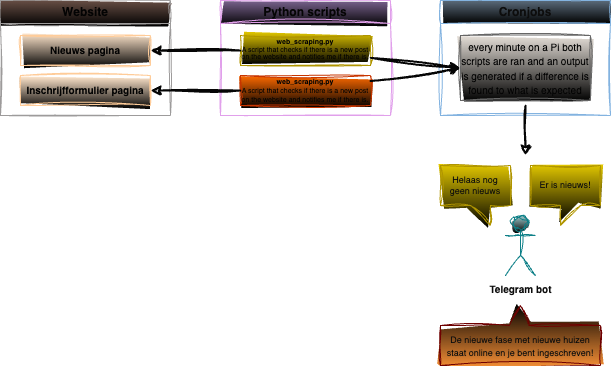
The draw.io diagram img/setup.png in Nelleke20/service.housescraper, before a commit. Source tidied: cells renumbered, new cells last; positions are measured from the earlier drawing's top-left corner, leaving out a move shared by most shapes.
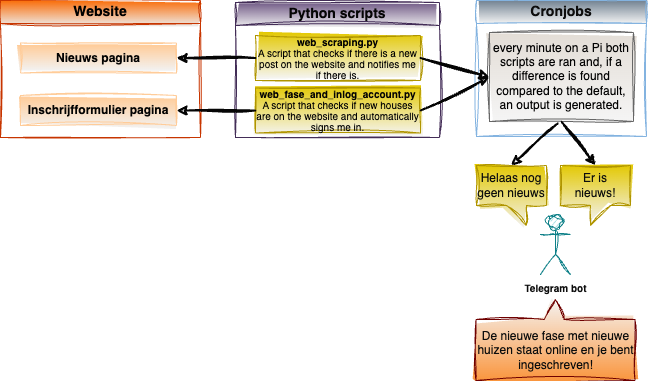
After the change.

The edit, as a diff of the source:
```diff
@@ -2,59 +2,61 @@
   <root>
     <mxCell id="0" />
     <mxCell id="1" parent="0" />
-    <mxCell id="2" value="&lt;font size=&quot;1&quot; style=&quot;&quot; color=&quot;#0d0d0d&quot;&gt;&lt;b style=&quot;&quot;&gt;Telegram bot&lt;/b&gt;&lt;/font&gt;" style="shape=umlActor;verticalLabelPosition=bottom;verticalAlign=top;html=1;fillColor=#b0e3e6;strokeColor=#0e8088;sketch=1;curveFitting=1;jiggle=2;gradientColor=default;" parent="1" vertex="1">
-      <mxGeometry x="505" y="215" width="30" height="60" as="geometry" />
+    <mxCell id="2" value="&lt;font size=&quot;1&quot; style=&quot;&quot; color=&quot;#0d0d0d&quot;&gt;&lt;b style=&quot;&quot;&gt;Telegram bot&lt;/b&gt;&lt;/font&gt;" style="shape=umlActor;verticalLabelPosition=bottom;verticalAlign=top;html=1;fillColor=#b0e3e6;strokeColor=#0e8088;sketch=1;curveFitting=1;jiggle=2;gradientColor=none;" parent="1" vertex="1">
+      <mxGeometry x="510" y="214" width="30" height="60" as="geometry" />
     </mxCell>
-    <mxCell id="3" value="Website" style="swimlane;whiteSpace=wrap;html=1;fontColor=#030303;fillColor=#6B5147;strokeColor=#9d9b9b;sketch=1;curveFitting=1;jiggle=2;gradientColor=default;" parent="1" vertex="1">
-      <mxGeometry width="170" height="115" as="geometry" />
+    <mxCell id="3" value="Website" style="swimlane;whiteSpace=wrap;html=1;fillColor=#fa6800;strokeColor=#C73500;sketch=1;curveFitting=1;jiggle=2;gradientDirection=south;swimlaneFillColor=none;fontColor=#000000;gradientColor=#EDEDED;startSize=23;fontSize=14;" parent="1" vertex="1">
+      <mxGeometry x="-30" width="200" height="137" as="geometry" />
     </mxCell>
+    <mxCell id="5" value="&lt;font color=&quot;#030303&quot; style=&quot;font-size: 12px;&quot;&gt;Inschrijfformulier pagina&lt;/font&gt;" style="rounded=0;whiteSpace=wrap;html=1;fillColor=#FFCC99;fontSize=12;fontStyle=1;sketch=1;curveFitting=1;jiggle=2;gradientColor=#F2F2F2;strokeColor=#FFCC99;" parent="3" vertex="1">
+      <mxGeometry x="20" y="95" width="156" height="30" as="geometry" />
+    </mxCell>
-    <mxCell id="4" value="&lt;font style=&quot;font-size: 10px;&quot; color=&quot;#030303&quot;&gt;Nieuws pagina&lt;/font&gt;" style="rounded=0;whiteSpace=wrap;html=1;fillColor=#FFE6CC;fontStyle=1;sketch=1;curveFitting=1;jiggle=2;gradientColor=default;strokeColor=#FFCC99;" parent="3" vertex="1">
-      <mxGeometry x="20" y="35" width="130" height="30" as="geometry" />
+    <mxCell id="4" value="&lt;font color=&quot;#030303&quot; style=&quot;font-size: 12px;&quot;&gt;Nieuws pagina&lt;/font&gt;" style="rounded=0;whiteSpace=wrap;html=1;fillColor=#FFCC99;fontSize=12;fontStyle=1;sketch=1;curveFitting=1;jiggle=2;gradientColor=#F2F2F2;strokeColor=#FFCC99;" parent="3" vertex="1">
+      <mxGeometry x="20" y="42.5" width="156" height="30" as="geometry" />
     </mxCell>
-    <mxCell id="5" value="&lt;font color=&quot;#030303&quot; style=&quot;font-size: 10px;&quot;&gt;Inschrijfformulier pagina&lt;/font&gt;" style="rounded=0;whiteSpace=wrap;html=1;fillColor=#FFE6CC;fontSize=12;fontStyle=1;sketch=1;curveFitting=1;jiggle=2;gradientColor=default;strokeColor=#FFCC99;" parent="3" vertex="1">
-      <mxGeometry x="20" y="75" width="130" height="30" as="geometry" />
-    </mxCell>
-    <mxCell id="6" value="&lt;font color=&quot;#050505&quot;&gt;Python scripts&lt;/font&gt;" style="swimlane;whiteSpace=wrap;html=1;fontColor=#ffffff;fillColor=#76608a;strokeColor=#E1A0EB;sketch=1;curveFitting=1;jiggle=2;gradientColor=default;rounded=0;" parent="1" vertex="1">
-      <mxGeometry x="220" width="170" height="115" as="geometry" />
+    <mxCell id="6" value="&lt;font color=&quot;#050505&quot; style=&quot;font-size: 14px;&quot;&gt;Python scripts&lt;/font&gt;" style="swimlane;whiteSpace=wrap;html=1;fontColor=#ffffff;fillColor=#76608a;strokeColor=#432D57;sketch=1;curveFitting=1;jiggle=2;rounded=0;gradientColor=#F5F5F5;fontSize=14;" parent="1" vertex="1">
+      <mxGeometry x="205" y="2" width="204" height="135" as="geometry" />
     </mxCell>
-    <mxCell id="7" value="&lt;p style=&quot;line-height: 110%; font-size: 7px;&quot;&gt;&lt;font style=&quot;font-size: 7px;&quot; color=&quot;#030303&quot;&gt;&lt;b style=&quot;font-size: 7px;&quot;&gt;web_scraping.py &lt;br style=&quot;font-size: 7px;&quot;&gt;&lt;/b&gt;A script that checks if there is a new post on the website and notifies me if there is.&lt;/font&gt;&lt;/p&gt;" style="rounded=0;whiteSpace=wrap;html=1;fillColor=#e3c800;fontColor=#000000;strokeColor=#B09500;align=center;fontSize=7;spacing=2;sketch=1;curveFitting=1;jiggle=2;gradientColor=default;" parent="6" vertex="1">
-      <mxGeometry x="20" y="35" width="130" height="30" as="geometry" />
+    <mxCell id="7" value="&lt;p style=&quot;line-height: 110%; font-size: 10px;&quot;&gt;&lt;font style=&quot;font-size: 10px;&quot; color=&quot;#030303&quot;&gt;&lt;b style=&quot;font-size: 10px;&quot;&gt;web_scraping.py &lt;br style=&quot;font-size: 10px;&quot;&gt;&lt;/b&gt;A script that checks if there is a new post on the website and notifies me if there is.&lt;/font&gt;&lt;/p&gt;" style="rounded=0;whiteSpace=wrap;html=1;fillColor=#e3c800;fontColor=#000000;strokeColor=#B09500;align=center;fontSize=10;spacing=2;sketch=1;curveFitting=1;jiggle=2;gradientColor=#F5F5F5;" parent="6" vertex="1">
+      <mxGeometry x="20" y="33" width="165" height="45" as="geometry" />
     </mxCell>
-    <mxCell id="8" value="&lt;p style=&quot;line-height: 56%;&quot;&gt;&lt;font style=&quot;font-size: 7px;&quot;&gt;&lt;b style=&quot;color: rgb(3, 3, 3);&quot;&gt;web_scraping.py&lt;br&gt;&lt;/b&gt;&lt;span style=&quot;color: rgb(3, 3, 3);&quot;&gt;A script that checks if there is a new post on the website and notifies me if there is.&lt;/span&gt;&lt;/font&gt;&lt;br&gt;&lt;/p&gt;" style="rounded=0;whiteSpace=wrap;html=1;fillColor=#fa6800;fontColor=#000000;strokeColor=#C73500;sketch=1;curveFitting=1;jiggle=2;gradientColor=default;" parent="6" vertex="1">
-      <mxGeometry x="20" y="75" width="130" height="30" as="geometry" />
-    </mxCell>
+    <mxCell id="19" value="&lt;p style=&quot;line-height: 110%; font-size: 10px;&quot;&gt;&lt;font style=&quot;font-size: 10px;&quot; color=&quot;#030303&quot;&gt;&lt;b style=&quot;font-size: 10px;&quot;&gt;web_fase_and_inlog_account.py &lt;br style=&quot;font-size: 10px;&quot;&gt;&lt;/b&gt;A script that checks if new houses are on the website and automatically signs me in.&lt;/font&gt;&lt;/p&gt;" style="rounded=0;whiteSpace=wrap;html=1;fillColor=#e3c800;fontColor=#000000;strokeColor=#B09500;align=center;fontSize=10;spacing=2;sketch=1;curveFitting=1;jiggle=2;gradientColor=#F5F5F5;" parent="6" vertex="1">
+      <mxGeometry x="20" y="85.5" width="165" height="45" as="geometry" />
+    </mxCell>
-    <mxCell id="9" value="&lt;font color=&quot;#0d0d0d&quot;&gt;Cronjobs&lt;/font&gt;" style="swimlane;whiteSpace=wrap;html=1;fontColor=#ffffff;fillColor=#647687;strokeColor=#83B3E0;sketch=1;curveFitting=1;jiggle=2;gradientColor=default;" parent="1" vertex="1">
-      <mxGeometry x="440" width="170" height="115" as="geometry" />
+    <mxCell id="9" value="&lt;font color=&quot;#0d0d0d&quot; style=&quot;font-size: 14px;&quot;&gt;Cronjobs&lt;/font&gt;" style="swimlane;whiteSpace=wrap;html=1;fontColor=#ffffff;fillColor=#647687;strokeColor=#83B3E0;sketch=1;curveFitting=1;jiggle=2;gradientColor=#F5F5F5;fontSize=14;" parent="1" vertex="1">
+      <mxGeometry x="446" width="170" height="136" as="geometry" />
     </mxCell>
-    <mxCell id="10" value="&lt;font size=&quot;1&quot; color=&quot;#030303&quot;&gt;&lt;span style=&quot;&quot;&gt;every minute on a Pi both scripts are ran and an output is generated if a difference is found to what is expected&lt;/span&gt;&lt;/font&gt;" style="rounded=0;whiteSpace=wrap;html=1;fillColor=#E3DDD6;strokeColor=#666666;fontStyle=0;sketch=1;curveFitting=1;jiggle=2;gradientColor=default;" parent="9" vertex="1">
-      <mxGeometry x="20" y="35" width="130" height="65" as="geometry" />
+    <mxCell id="10" value="&lt;font color=&quot;#030303&quot; style=&quot;font-size: 12px;&quot;&gt;&lt;span style=&quot;font-size: 12px;&quot;&gt;every minute on a Pi both scripts are ran and, if a difference is found compared to the default, an output is generated.&lt;/span&gt;&lt;/font&gt;" style="rounded=0;whiteSpace=wrap;html=1;fillColor=#E3DDD6;strokeColor=#666666;fontStyle=0;sketch=1;curveFitting=1;jiggle=2;gradientColor=#F5F5F5;fontSize=12;" parent="9" vertex="1">
+      <mxGeometry x="13" y="32" width="144" height="89" as="geometry" />
     </mxCell>
-    <mxCell id="11" style="edgeStyle=none;html=1;entryX=1;entryY=0.5;entryDx=0;entryDy=0;strokeColor=#050505;strokeWidth=2;fontSize=10;fontColor=#5498F0;fillColor=#6d8764;sketch=1;curveFitting=1;jiggle=2;" parent="1" edge="1" source="7" target="4">
+    <mxCell id="11" style="edgeStyle=none;html=1;strokeColor=#050505;strokeWidth=2;fontSize=10;fontColor=#5498F0;fillColor=#6d8764;sketch=1;curveFitting=1;jiggle=2;" parent="1" edge="1" source="7" target="4">
       <mxGeometry relative="1" as="geometry" />
     </mxCell>
-    <mxCell id="12" style="edgeStyle=none;html=1;entryX=1;entryY=0.5;entryDx=0;entryDy=0;strokeColor=#050505;strokeWidth=2;fontSize=10;fontColor=#5498F0;fillColor=#6d8764;sketch=1;curveFitting=1;jiggle=2;" parent="1" edge="1" source="8" target="5">
+    <mxCell id="12" style="edgeStyle=none;html=1;entryX=1;entryY=0.5;entryDx=0;entryDy=0;strokeColor=#050505;strokeWidth=2;fontSize=10;fontColor=#5498F0;fillColor=#6d8764;sketch=1;curveFitting=1;jiggle=2;exitX=0;exitY=0.5;exitDx=0;exitDy=0;" parent="1" edge="1" source="19" target="5">
       <mxGeometry relative="1" as="geometry" />
     </mxCell>
-    <mxCell id="13" style="edgeStyle=none;html=1;strokeColor=#050505;strokeWidth=2;fontSize=10;fontColor=#5498F0;fillColor=#6d8764;sketch=1;curveFitting=1;jiggle=2;" parent="1" edge="1">
+    <mxCell id="13" style="edgeStyle=none;html=1;strokeColor=#050505;strokeWidth=2;fontSize=10;fontColor=#5498F0;fillColor=#6d8764;sketch=1;curveFitting=1;jiggle=2;exitX=0.474;exitY=1.022;exitDx=0;exitDy=0;exitPerimeter=0;" parent="1" edge="1" source="10">
       <mxGeometry relative="1" as="geometry">
-        <mxPoint x="525" y="105" as="sourcePoint" />
-        <mxPoint x="525" y="155" as="targetPoint" />
+        <mxPoint x="480.5" y="165" as="targetPoint" />
       </mxGeometry>
     </mxCell>
-    <mxCell id="14" value="&lt;font color=&quot;#0c0d0d&quot; style=&quot;font-size: 9px;&quot;&gt;Helaas nog geen nieuws&lt;/font&gt;" style="shape=callout;whiteSpace=wrap;html=1;perimeter=calloutPerimeter;fontSize=9;fontColor=#000000;fillColor=#e3c800;position2=0.71;size=20;position=0.43;strokeColor=#B09500;sketch=1;curveFitting=1;jiggle=2;gradientColor=default;" parent="1" vertex="1">
-      <mxGeometry x="440" y="165" width="70" height="60" as="geometry" />
+    <mxCell id="14" value="&lt;font color=&quot;#0c0d0d&quot; style=&quot;font-size: 12px;&quot;&gt;Helaas nog geen nieuws&lt;/font&gt;" style="shape=callout;whiteSpace=wrap;html=1;perimeter=calloutPerimeter;fontSize=12;fontColor=#000000;fillColor=#e3c800;position2=0.71;size=20;position=0.43;strokeColor=#B09500;sketch=1;curveFitting=1;jiggle=2;gradientColor=#F2F2F2;" parent="1" vertex="1">
+      <mxGeometry x="446" y="165" width="70" height="60" as="geometry" />
     </mxCell>
-    <mxCell id="15" value="&lt;font color=&quot;#0c0d0d&quot; style=&quot;font-size: 9px;&quot;&gt;Er is nieuws!&lt;/font&gt;" style="shape=callout;whiteSpace=wrap;html=1;perimeter=calloutPerimeter;fontSize=9;fontColor=#000000;fillColor=#e3c800;position2=0.43;size=20;position=0.43;strokeColor=#B09500;sketch=1;curveFitting=1;jiggle=2;gradientColor=default;" parent="1" vertex="1">
+    <mxCell id="15" value="&lt;font color=&quot;#0c0d0d&quot; style=&quot;font-size: 12px;&quot;&gt;Er is nieuws!&lt;/font&gt;" style="shape=callout;whiteSpace=wrap;html=1;perimeter=calloutPerimeter;fontSize=12;fontColor=#000000;fillColor=#e3c800;position2=0.43;size=20;position=0.43;strokeColor=#B09500;sketch=1;curveFitting=1;jiggle=2;gradientColor=#F2F2F2;" parent="1" vertex="1">
       <mxGeometry x="530" y="165" width="70" height="60" as="geometry" />
     </mxCell>
-    <mxCell id="16" style="edgeStyle=none;html=1;strokeColor=#050505;strokeWidth=2;fontSize=10;fontColor=#0c0d0d;fillColor=#6d8764;entryX=0;entryY=0.5;entryDx=0;entryDy=0;sketch=1;curveFitting=1;jiggle=2;" parent="1" edge="1" source="7" target="10">
+    <mxCell id="16" style="edgeStyle=none;html=1;strokeColor=#050505;strokeWidth=2;fontSize=10;fontColor=#0c0d0d;fillColor=#6d8764;entryX=0;entryY=0.5;entryDx=0;entryDy=0;sketch=1;curveFitting=1;jiggle=2;exitX=1;exitY=0.5;exitDx=0;exitDy=0;" parent="1" edge="1" source="7" target="10">
       <mxGeometry relative="1" as="geometry" />
     </mxCell>
-    <mxCell id="17" style="edgeStyle=none;shape=connector;rounded=1;html=1;entryX=0;entryY=0.5;entryDx=0;entryDy=0;labelBackgroundColor=default;strokeColor=#050505;strokeWidth=2;fontFamily=Helvetica;fontSize=10;fontColor=#0c0d0d;endArrow=classic;fillColor=#6d8764;sketch=1;curveFitting=1;jiggle=2;" parent="1" edge="1" source="8" target="10">
+    <mxCell id="17" style="edgeStyle=none;shape=connector;rounded=1;html=1;entryX=0;entryY=0.5;entryDx=0;entryDy=0;labelBackgroundColor=default;strokeColor=#050505;strokeWidth=2;fontFamily=Helvetica;fontSize=10;fontColor=#0c0d0d;endArrow=classic;fillColor=#6d8764;sketch=1;curveFitting=1;jiggle=2;exitX=1;exitY=0.5;exitDx=0;exitDy=0;" parent="1" edge="1" source="19" target="10">
       <mxGeometry relative="1" as="geometry" />
     </mxCell>
-    <mxCell id="18" value="&lt;font style=&quot;font-size: 9px;&quot; color=&quot;#0c0d0d&quot;&gt;De nieuwe fase met nieuwe huizen staat online en je bent ingeschreven!&lt;/font&gt;" style="shape=callout;whiteSpace=wrap;html=1;perimeter=calloutPerimeter;fontSize=10;fontColor=#ffffff;fillColor=#FA9237;position2=0.5;size=20;position=0.43;strokeColor=#6F0000;direction=west;flipH=1;sketch=1;curveFitting=1;jiggle=2;gradientColor=default;" parent="1" vertex="1">
-      <mxGeometry x="440" y="305" width="160" height="60" as="geometry" />
+    <mxCell id="18" value="&lt;font style=&quot;font-size: 12px;&quot; color=&quot;#0c0d0d&quot;&gt;De nieuwe fase met nieuwe huizen staat online en je bent ingeschreven!&lt;/font&gt;" style="shape=callout;whiteSpace=wrap;html=1;perimeter=calloutPerimeter;fontSize=12;fontColor=#ffffff;fillColor=#FA9237;position2=0.5;size=20;position=0.43;strokeColor=#6F0000;direction=west;flipH=1;sketch=1;curveFitting=1;jiggle=2;gradientColor=#F5F5F5;" parent="1" vertex="1">
+      <mxGeometry x="445.5" y="299" width="159" height="81" as="geometry" />
     </mxCell>
+    <mxCell id="20" style="edgeStyle=none;sketch=1;hachureGap=4;jiggle=2;curveFitting=1;html=1;entryX=0.5;entryY=0;entryDx=0;entryDy=0;entryPerimeter=0;strokeWidth=2;fontFamily=Helvetica;fontSource=https%3A%2F%2Ffonts.googleapis.com%2Fcss%3Ffamily%3DArchitects%2BDaughter;fontSize=10;fontColor=#5498F0;startSize=23;exitX=0.5;exitY=1;exitDx=0;exitDy=0;strokeColor=#050505;fillColor=#6d8764;" parent="1" edge="1" source="10" target="15">
+      <mxGeometry relative="1" as="geometry" />
+    </mxCell>
   </root>
 </mxGraphModel>
```
